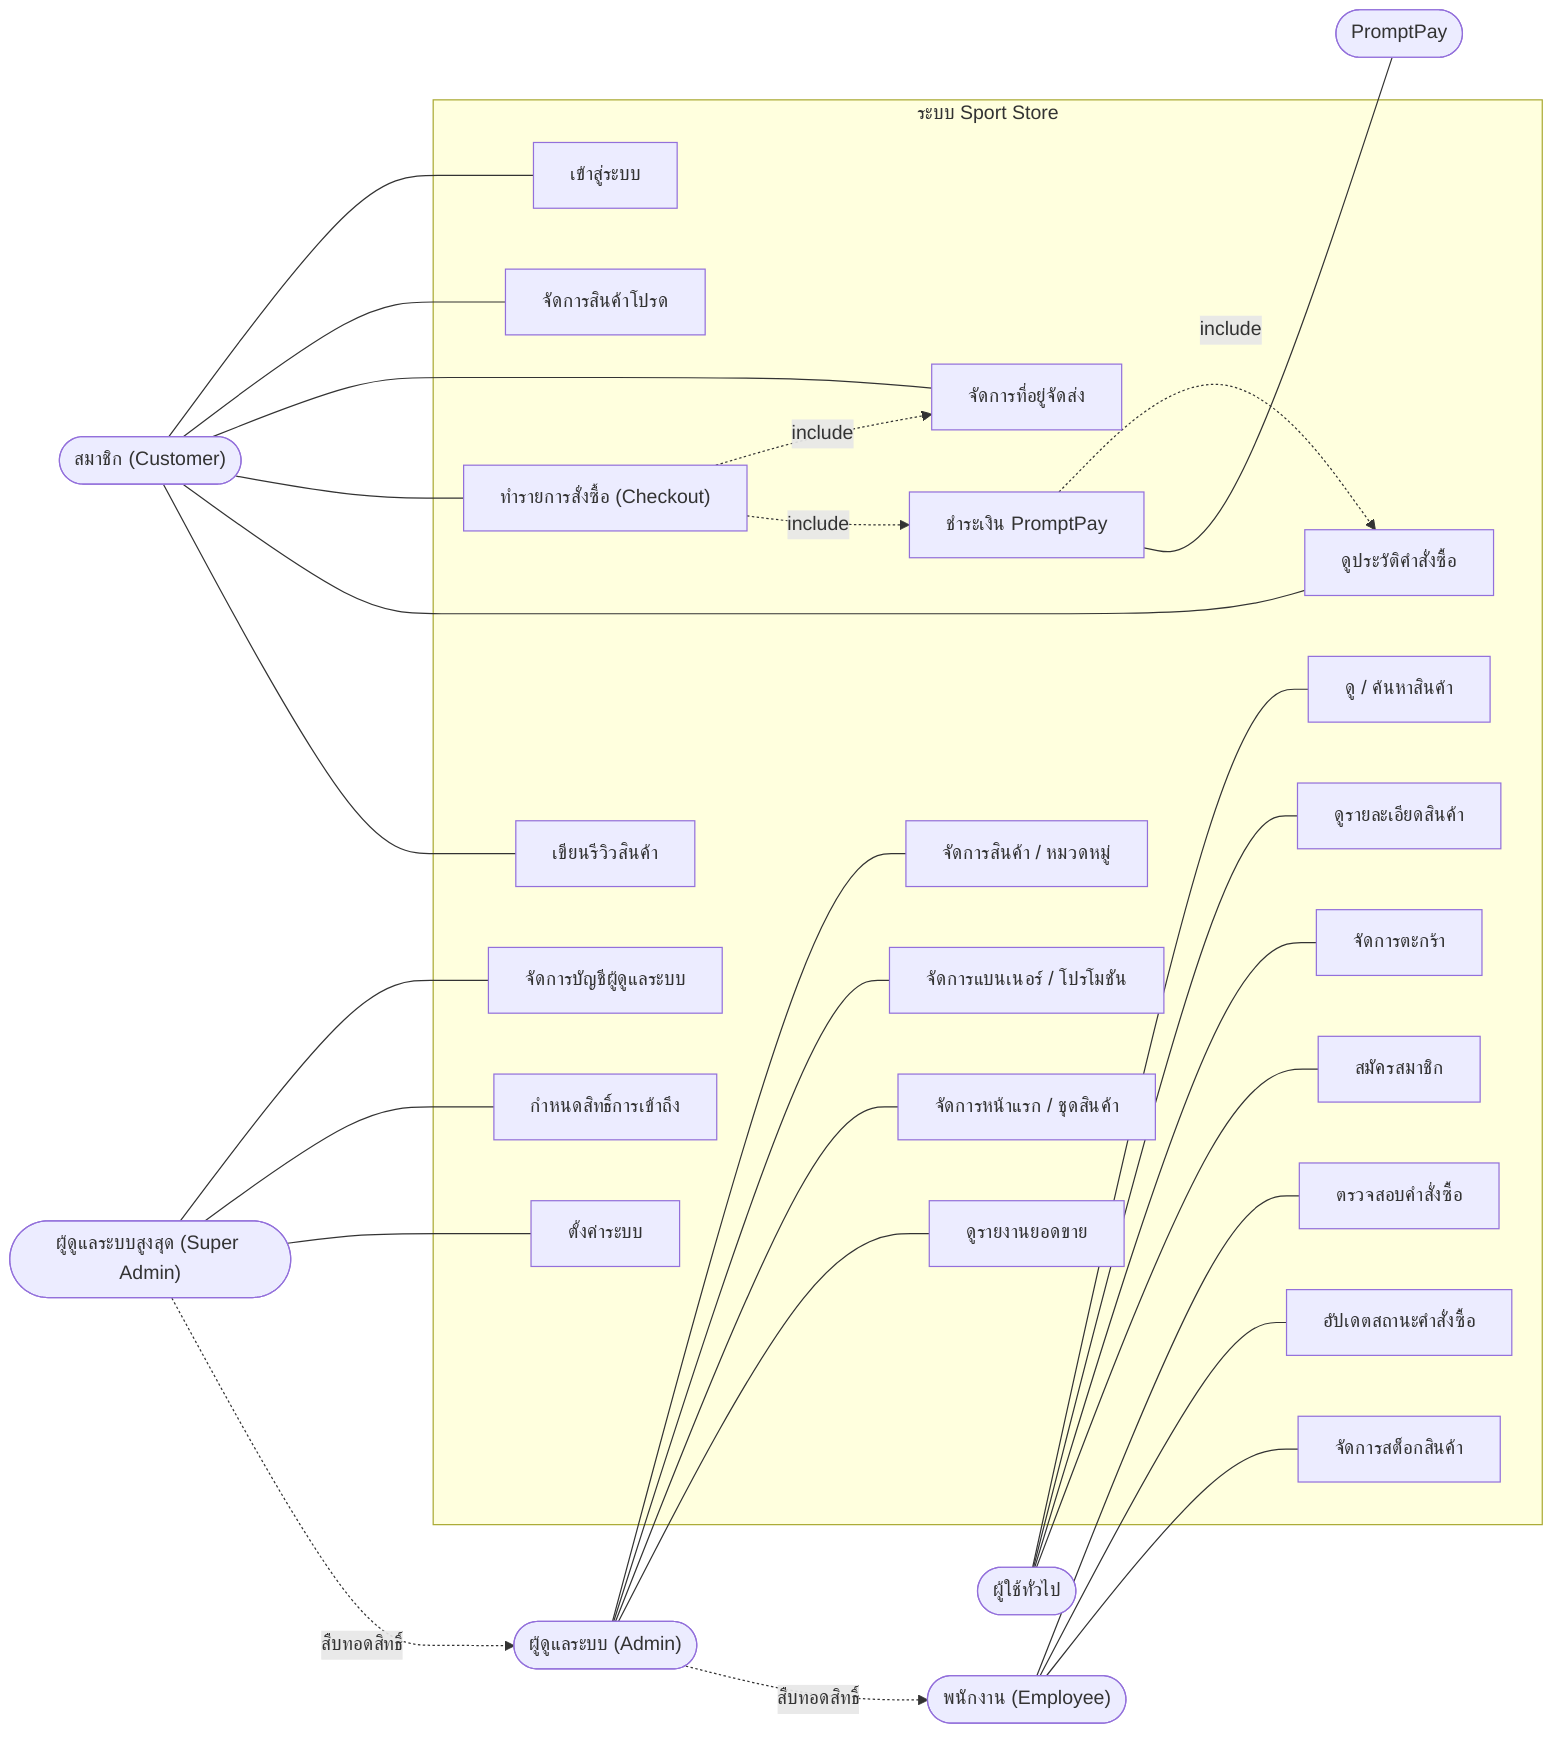
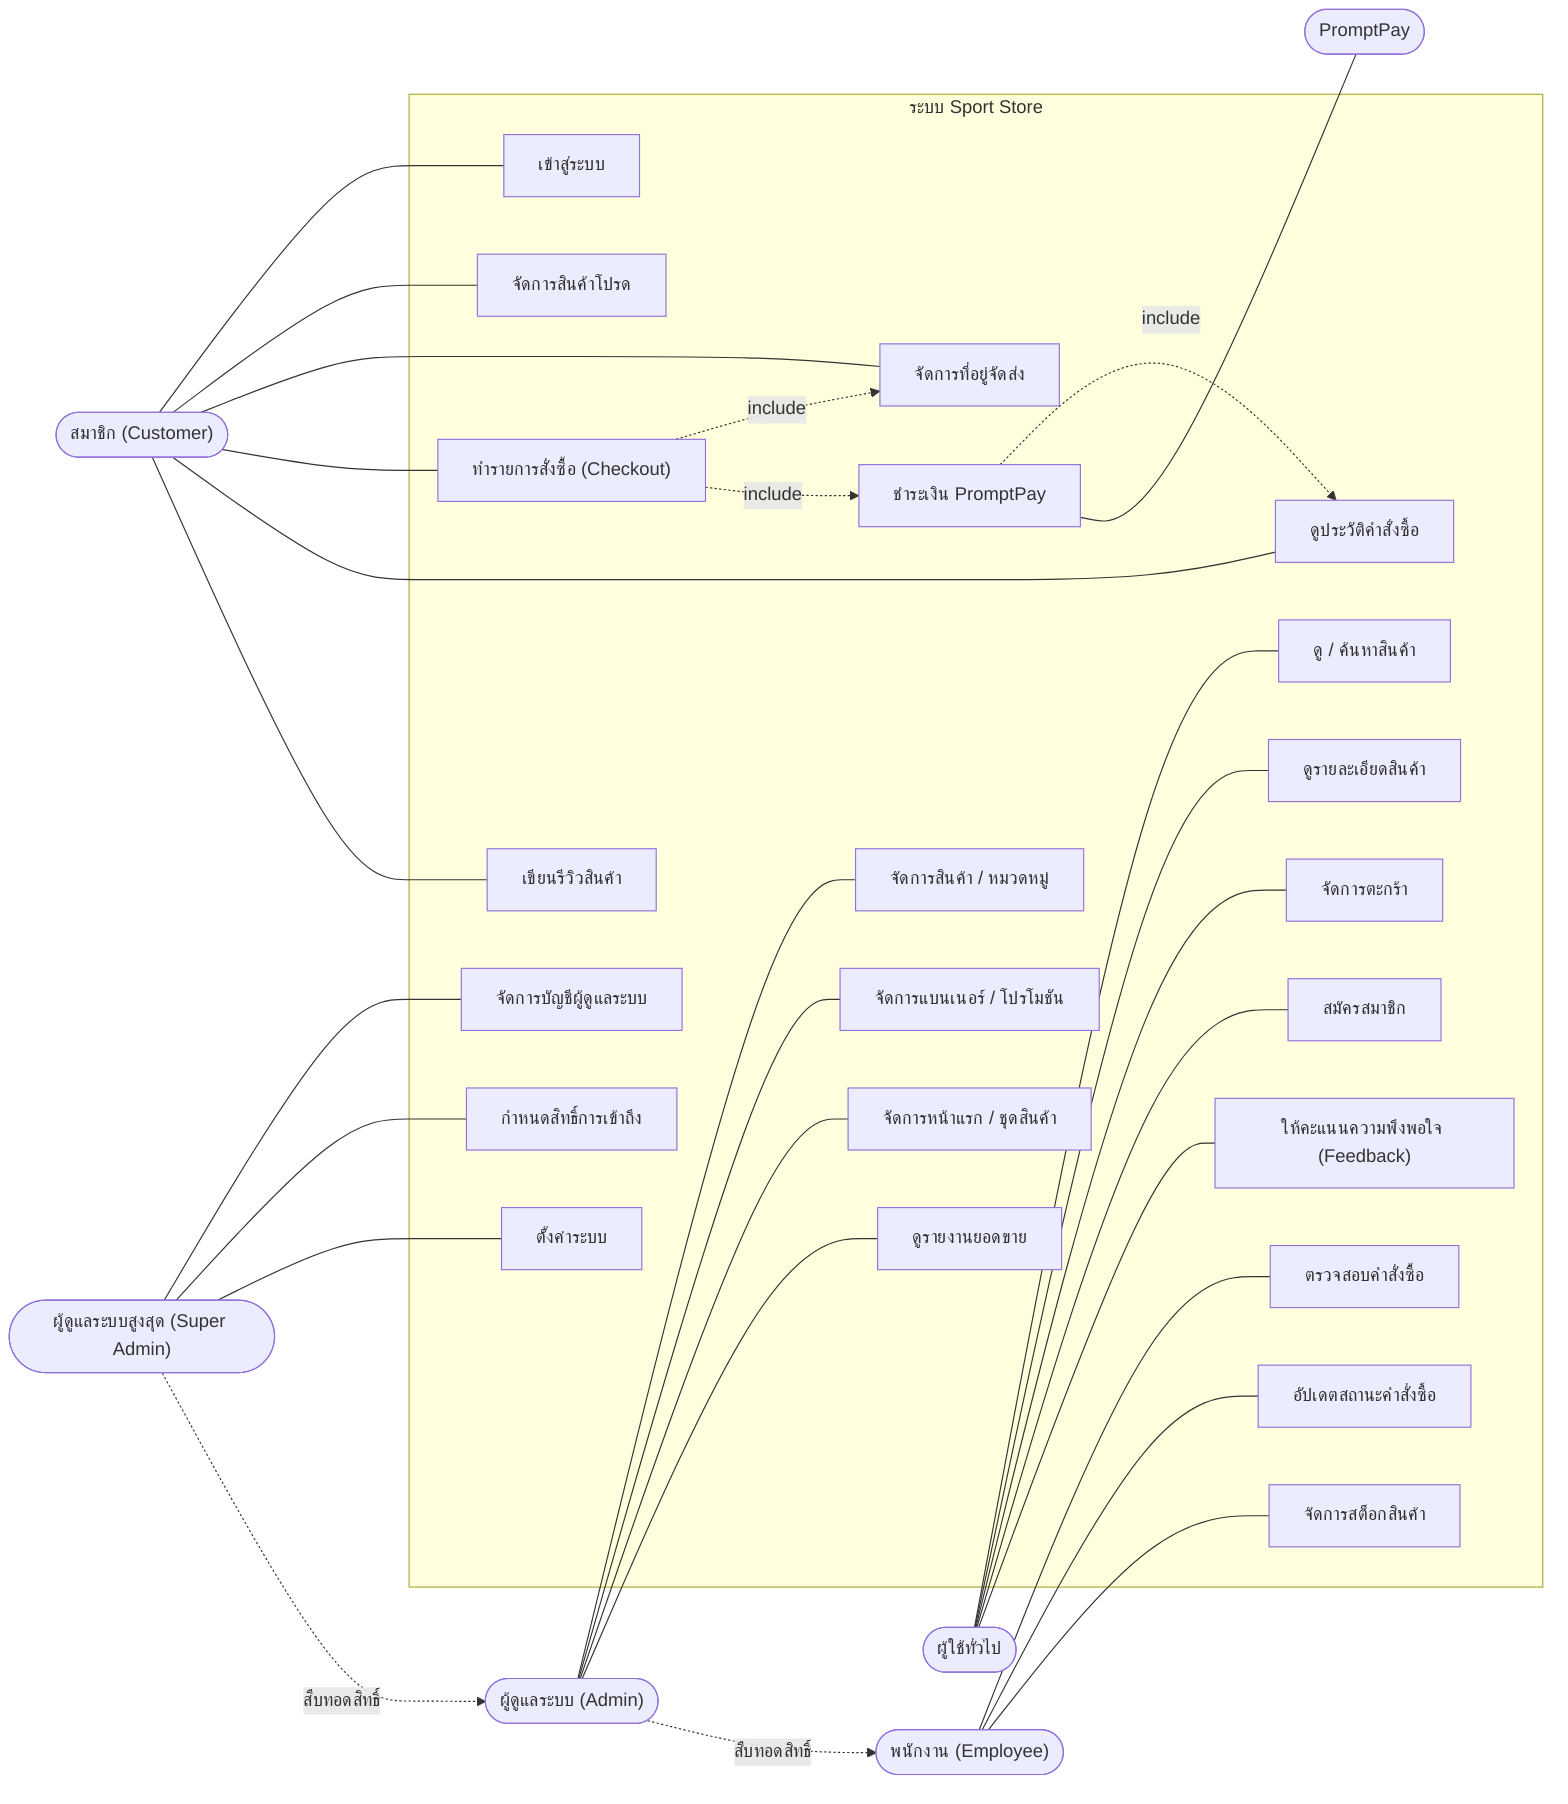
flowchart LR
    Guest(["ผู้ใช้ทั่วไป"])
    Member(["สมาชิก (Customer)"])
    Emp(["พนักงาน (Employee)"])
    Admin(["ผู้ดูแลระบบ (Admin)"])
    SAdmin(["ผู้ดูแลระบบสูงสุด (Super Admin)"])
    PP(["PromptPay"])

    subgraph SYS["ระบบ Sport Store"]
        UC1["ดู / ค้นหาสินค้า"]
        UC2["ดูรายละเอียดสินค้า"]
        UC3["จัดการตะกร้า"]
        UC4["สมัครสมาชิก"]
        UC5["เข้าสู่ระบบ"]
        UC6["จัดการสินค้าโปรด"]
        UC7["จัดการที่อยู่จัดส่ง"]
        UC8["ทำรายการสั่งซื้อ (Checkout)"]
        UC9["ชำระเงิน PromptPay"]
        UC10["ดูประวัติคำสั่งซื้อ"]
        UC11["เขียนรีวิวสินค้า"]
        UC12["ตรวจสอบคำสั่งซื้อ"]
        UC13["อัปเดตสถานะคำสั่งซื้อ"]
        UC14["จัดการสต็อกสินค้า"]
        UC15["จัดการสินค้า / หมวดหมู่"]
        UC16["จัดการแบนเนอร์ / โปรโมชัน"]
        UC17["จัดการหน้าแรก / ชุดสินค้า"]
        UC18["ดูรายงานยอดขาย"]
        UC19["จัดการบัญชีผู้ดูแลระบบ"]
        UC20["กำหนดสิทธิ์การเข้าถึง"]
        UC21["ตั้งค่าระบบ"]
+         UC22["ให้คะแนนความพึงพอใจ (Feedback)"]
    end

    Guest --- UC1
    Guest --- UC2
    Guest --- UC3
    Guest --- UC4
+     Guest --- UC22
    Member --- UC5
    Member --- UC6
    Member --- UC7
    Member --- UC8
    Member --- UC10
    Member --- UC11
    UC8 -. include .-> UC7
    UC8 -. include .-> UC9
    UC9 -. include .-> UC10
    UC9 --- PP

    Emp --- UC12
    Emp --- UC13
    Emp --- UC14
    Admin --- UC15
    Admin --- UC16
    Admin --- UC17
    Admin --- UC18
    SAdmin --- UC19
    SAdmin --- UC20
    SAdmin --- UC21

    Admin -. สืบทอดสิทธิ์ .-> Emp
    SAdmin -. สืบทอดสิทธิ์ .-> Admin
